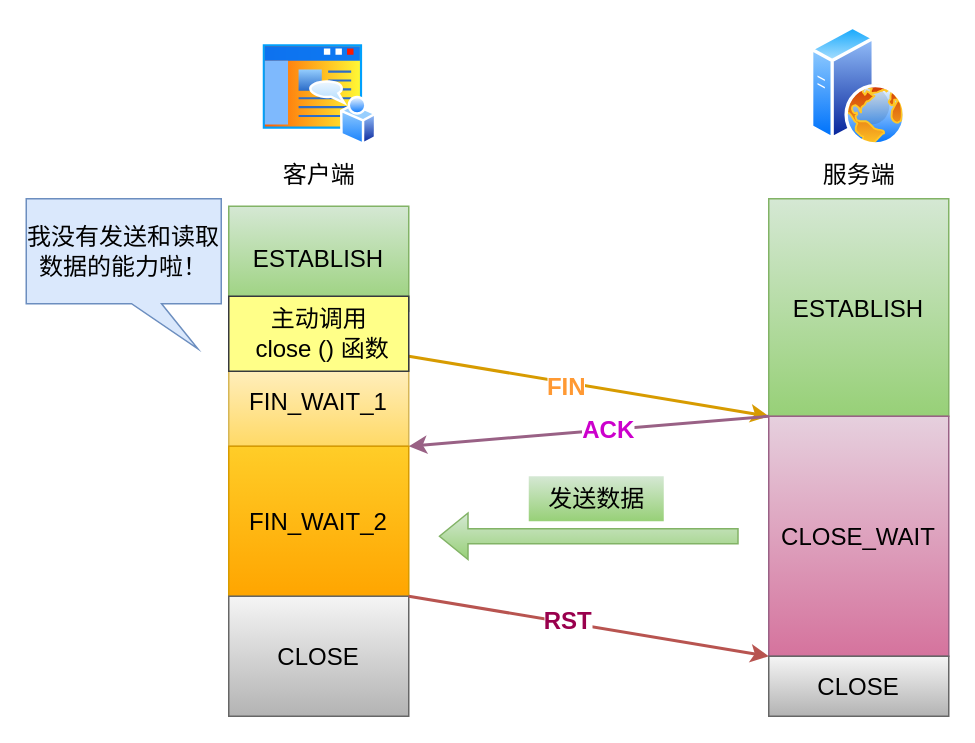
xiaolincoder/ImageHost4 keeps this draw.io diagram as 网络/粗暴关闭.drawio. Above is the earlier version. Source tidied: cells renumbered, new cells numbered last; positions are measured from the earlier drawing's top-left corner, leaving out a move shared by most shapes. Both pictures are drawn from the tidied source at 150%, with x=0, y=0 at pixel (26, 26).
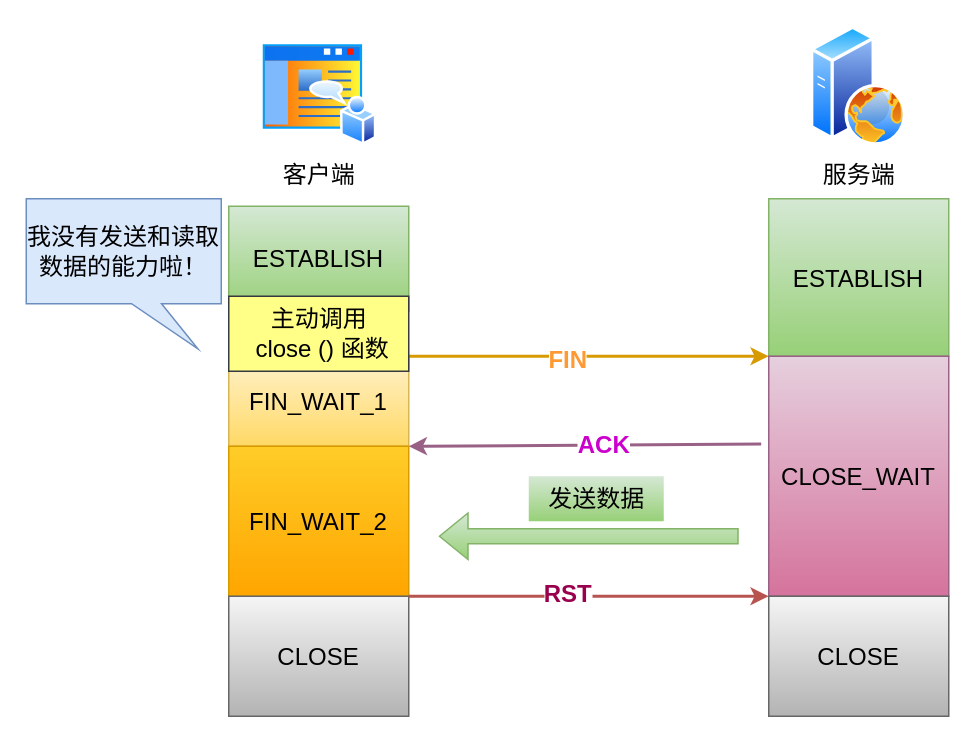
The same diagram, later.

Commit message (it also covers changes not shown here):
更新粗暴关闭.drawio

What changed in the source:
```diff
@@
 <mxGraphModel>
   <root>
     <mxCell id="0" />
     <mxCell id="1" parent="0" />
     <mxCell id="2" value="ESTABLISH" style="rounded=0;whiteSpace=wrap;html=1;fontSize=16;fillColor=#d5e8d4;strokeColor=#82b366;gradientColor=#97d077;" parent="1" vertex="1">
       <mxGeometry x="135" y="120" width="120" height="70" as="geometry" />
     </mxCell>
     <mxCell id="3" value="客户端" style="perimeter=ellipsePerimeter;html=1;align=center;shadow=0;dashed=0;spacingTop=3;image;image=img/lib/active_directory/home_page.svg;fontSize=16;" parent="1" vertex="1">
       <mxGeometry x="156.1" y="10" width="77.8" height="70" as="geometry" />
     </mxCell>
     <mxCell id="4" value="服务端" style="perimeter=ellipsePerimeter;html=1;align=center;shadow=0;dashed=0;spacingTop=3;image;image=img/lib/active_directory/web_server.svg;fontSize=16;" parent="1" vertex="1">
       <mxGeometry x="523" width="64" height="80" as="geometry" />
     </mxCell>
     <mxCell id="5" value="ESTABLISH" style="rounded=0;whiteSpace=wrap;html=1;fontSize=16;fillColor=#d5e8d4;strokeColor=#82b366;gradientColor=#97d077;" parent="1" vertex="1">
-      <mxGeometry x="495" y="115" width="120" height="145" as="geometry" />
+      <mxGeometry x="495" y="115" width="120" height="105" as="geometry" />
     </mxCell>
     <mxCell id="6" value="FIN_WAIT_1" style="rounded=0;whiteSpace=wrap;html=1;fontSize=16;fillColor=#fff2cc;strokeColor=#d6b656;gradientColor=#ffd966;" parent="1" vertex="1">
       <mxGeometry x="135" y="220" width="120" height="60" as="geometry" />
     </mxCell>
-    <mxCell id="7" value="&lt;b style=&quot;color: rgb(255, 153, 51); font-size: 16px;&quot;&gt;FIN&lt;/b&gt;" style="rounded=0;jettySize=auto;html=1;fontSize=16;exitX=1;exitY=0;exitDx=0;exitDy=0;fillColor=#ffcd28;gradientColor=#ffa500;strokeColor=#d79b00;strokeWidth=2;entryX=0;entryY=0;entryDx=0;entryDy=0;" parent="1" edge="1" target="8">
+    <mxCell id="7" value="&lt;b style=&quot;color: rgb(255, 153, 51); font-size: 16px;&quot;&gt;FIN&lt;/b&gt;" style="rounded=0;jettySize=auto;html=1;fontSize=16;exitX=1;exitY=0;exitDx=0;exitDy=0;fillColor=#ffcd28;gradientColor=#ffa500;strokeColor=#d79b00;strokeWidth=2;entryX=0;entryY=1;entryDx=0;entryDy=0;" parent="1" edge="1" target="5">
       <mxGeometry x="-0.12" y="-2" relative="1" as="geometry">
         <mxPoint x="255" y="220" as="sourcePoint" />
       </mxGeometry>
     </mxCell>
     <mxCell id="8" value="CLOSE_WAIT" style="rounded=0;whiteSpace=wrap;html=1;fontSize=16;fillColor=#e6d0de;strokeColor=#996185;gradientColor=#d5739d;" parent="1" vertex="1">
-      <mxGeometry x="495" y="260" width="120" height="160" as="geometry" />
+      <mxGeometry x="495" y="220" width="120" height="160" as="geometry" />
     </mxCell>
-    <mxCell id="9" value="&lt;b style=&quot;font-size: 16px;&quot;&gt;&lt;font color=&quot;#cc00cc&quot;&gt;ACK&lt;br&gt;&lt;/font&gt;&lt;/b&gt;" style="rounded=0;jettySize=auto;html=1;fontSize=16;fillColor=#e6d0de;gradientColor=#d5739d;strokeColor=#996185;strokeWidth=2;entryX=1;entryY=1;entryDx=0;entryDy=0;exitX=0;exitY=0;exitDx=0;exitDy=0;" parent="1" edge="1" source="8" target="6">
+    <mxCell id="9" value="&lt;b style=&quot;font-size: 16px;&quot;&gt;&lt;font color=&quot;#cc00cc&quot;&gt;ACK&lt;br&gt;&lt;/font&gt;&lt;/b&gt;" style="rounded=0;jettySize=auto;html=1;fontSize=16;fillColor=#e6d0de;gradientColor=#d5739d;strokeColor=#996185;strokeWidth=2;entryX=1;entryY=1;entryDx=0;entryDy=0;exitX=-0.042;exitY=0.366;exitDx=0;exitDy=0;exitPerimeter=0;" parent="1" edge="1" source="8" target="6">
       <mxGeometry x="-0.11" relative="1" as="geometry" />
     </mxCell>
     <mxCell id="10" value="FIN_WAIT_2" style="rounded=0;whiteSpace=wrap;html=1;fontSize=16;fillColor=#ffcd28;strokeColor=#d79b00;gradientColor=#ffa500;" parent="1" vertex="1">
       <mxGeometry x="135" y="280" width="120" height="100" as="geometry" />
     </mxCell>
     <mxCell id="11" value="CLOSE" style="rounded=0;whiteSpace=wrap;html=1;fontSize=16;fillColor=#f5f5f5;strokeColor=#666666;gradientColor=#b3b3b3;" parent="1" vertex="1">
       <mxGeometry x="135" y="380" width="120" height="80" as="geometry" />
     </mxCell>
-    <mxCell id="12" value="&lt;b style=&quot;font-size: 16px;&quot;&gt;&lt;font color=&quot;#99004d&quot;&gt;RST&lt;br&gt;&lt;/font&gt;&lt;/b&gt;" style="rounded=0;jettySize=auto;html=1;fontSize=16;exitX=1;exitY=1;exitDx=0;exitDy=0;fillColor=#f8cecc;gradientColor=#ea6b66;strokeColor=#b85450;strokeWidth=2;entryX=0;entryY=1;entryDx=0;entryDy=0;" parent="1" edge="1" source="10" target="8">
+    <mxCell id="12" value="&lt;b style=&quot;font-size: 16px;&quot;&gt;&lt;font color=&quot;#99004d&quot;&gt;RST&lt;br&gt;&lt;/font&gt;&lt;/b&gt;" style="rounded=0;jettySize=auto;html=1;fontSize=16;exitX=1;exitY=1;exitDx=0;exitDy=0;fillColor=#f8cecc;gradientColor=#ea6b66;strokeColor=#b85450;strokeWidth=2;entryX=0;entryY=0;entryDx=0;entryDy=0;" parent="1" edge="1" source="10" target="13">
       <mxGeometry x="-0.12" y="2" relative="1" as="geometry" />
     </mxCell>
     <mxCell id="13" value="CLOSE" style="rounded=0;whiteSpace=wrap;html=1;fontSize=16;fillColor=#f5f5f5;strokeColor=#666666;gradientColor=#b3b3b3;" parent="1" vertex="1">
-      <mxGeometry x="495" y="420" width="120" height="40" as="geometry" />
+      <mxGeometry x="495" y="380" width="120" height="80" as="geometry" />
     </mxCell>
     <mxCell id="14" value="主动调用&lt;br&gt;&amp;nbsp;close () 函数" style="text;html=1;align=center;verticalAlign=middle;strokeColor=#36393d;fillColor=#ffff88;fontSize=16;" parent="1" vertex="1">
       <mxGeometry x="135" y="180" width="120" height="50" as="geometry" />
     </mxCell>
     <mxCell id="15" value="我没有发送和读取数据的能力啦！" style="shape=callout;whiteSpace=wrap;html=1;perimeter=calloutPerimeter;fillColor=#dae8fc;strokeColor=#6c8ebf;size=30;position=0.54;base=20;position2=0.88;fontSize=16;" parent="1" vertex="1">
       <mxGeometry y="115" width="130" height="100" as="geometry" />
     </mxCell>
     <mxCell id="16" style="shape=flexArrow;endArrow=classic;html=1;rounded=0;fontSize=16;fillColor=#d5e8d4;strokeColor=#82b366;gradientColor=#97d077;" parent="1" edge="1">
       <mxGeometry relative="1" as="geometry">
         <mxPoint x="475" y="340" as="sourcePoint" />
         <mxPoint x="275" y="340" as="targetPoint" />
       </mxGeometry>
     </mxCell>
     <mxCell id="17" value="发送数据" style="text;html=1;align=center;verticalAlign=middle;strokeColor=none;fillColor=#d5e8d4;fontSize=16;gradientColor=#97d077;" parent="1" vertex="1">
       <mxGeometry x="335" y="300" width="90" height="30" as="geometry" />
     </mxCell>
   </root>
 </mxGraphModel>
```
